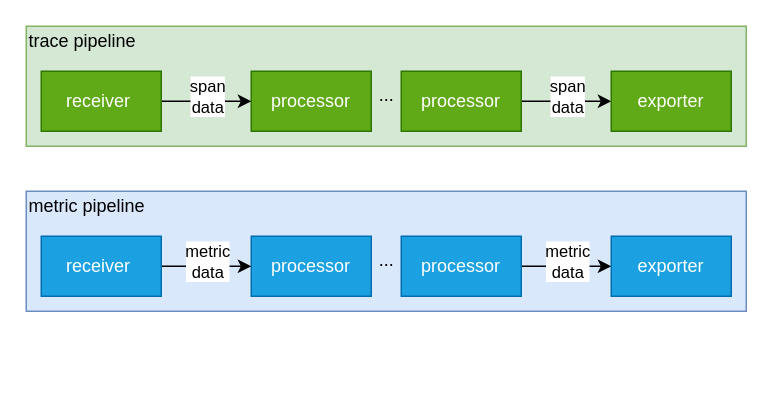
Above: opentelemetry/collector/otel-pipeline-without-connector.drawio in fatsheep9146/drawio-registry (draw.io), before the change. Source tidied: cells renumbered, new cells numbered last; positions are measured from the earlier drawing's top-left corner, leaving out a move shared by most shapes. Both pictures are drawn from the tidied source at 150%, with x=0, y=0 at pixel (26, 26).
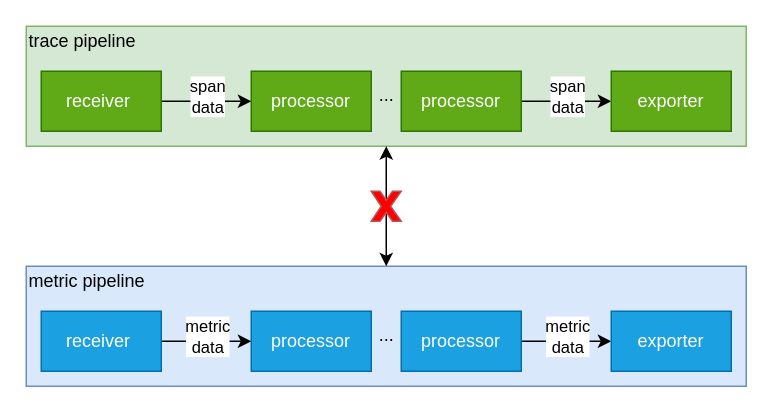
After the change.

Unchanged cells that the change refers to:
```xml
<mxCell id="3" style="rounded=0;whiteSpace=wrap;html=1;fillColor=#d5e8d4;strokeColor=#82b366;" parent="1" vertex="1">
  <mxGeometry width="480" height="80" as="geometry" />
</mxCell>
```

The edit, as a diff of the source:
```diff
@@
     <mxCell id="2" style="rounded=0;whiteSpace=wrap;html=1;fillColor=#dae8fc;strokeColor=#6c8ebf;" parent="1" vertex="1">
-      <mxGeometry y="110" width="480" height="80" as="geometry" />
+      <mxGeometry y="160" width="480" height="80" as="geometry" />
     </mxCell>
@@
     <mxCell id="13" value="processor" style="rounded=0;whiteSpace=wrap;html=1;fillColor=#1ba1e2;fontColor=#ffffff;strokeColor=#006EAF;" parent="1" vertex="1">
-      <mxGeometry x="150" y="140" width="80" height="40" as="geometry" />
+      <mxGeometry x="150" y="190" width="80" height="40" as="geometry" />
     </mxCell>
     <mxCell id="14" style="edgeStyle=orthogonalEdgeStyle;rounded=0;jettySize=auto;html=1;exitX=1;exitY=0.5;exitDx=0;exitDy=0;entryX=0;entryY=0.5;entryDx=0;entryDy=0;" parent="1" edge="1" source="15" target="20">
       <mxGeometry relative="1" as="geometry">
         <Array as="points">
-          <mxPoint x="370" y="160" />
-          <mxPoint x="370" y="160" />
+          <mxPoint x="370" y="210" />
+          <mxPoint x="370" y="210" />
         </Array>
       </mxGeometry>
     </mxCell>
     <mxCell id="15" value="processor" style="rounded=0;whiteSpace=wrap;html=1;fillColor=#1ba1e2;fontColor=#ffffff;strokeColor=#006EAF;" parent="1" vertex="1">
-      <mxGeometry x="250" y="140" width="80" height="40" as="geometry" />
+      <mxGeometry x="250" y="190" width="80" height="40" as="geometry" />
     </mxCell>
     <mxCell id="16" value="..." style="text;html=1;align=center;verticalAlign=middle;strokeColor=none;fillColor=none;" parent="1" vertex="1">
-      <mxGeometry x="225" y="141" width="30" height="30" as="geometry" />
+      <mxGeometry x="225" y="191" width="30" height="30" as="geometry" />
     </mxCell>
     <mxCell id="17" style="edgeStyle=orthogonalEdgeStyle;rounded=0;jettySize=auto;html=1;exitX=1;exitY=0.5;exitDx=0;exitDy=0;entryX=0;entryY=0.5;entryDx=0;entryDy=0;" parent="1" edge="1" source="19" target="13">
       <mxGeometry relative="1" as="geometry">
         <Array as="points">
-          <mxPoint x="130" y="160" />
+          <mxPoint x="130" y="210" />
         </Array>
       </mxGeometry>
     </mxCell>
@@
     <mxCell id="19" value="receiver&amp;nbsp;" style="rounded=0;whiteSpace=wrap;html=1;fillColor=#1ba1e2;fontColor=#ffffff;strokeColor=#006EAF;" parent="1" vertex="1">
-      <mxGeometry x="10" y="140" width="80" height="40" as="geometry" />
+      <mxGeometry x="10" y="190" width="80" height="40" as="geometry" />
     </mxCell>
     <mxCell id="20" value="exporter" style="rounded=0;whiteSpace=wrap;html=1;fillColor=#1ba1e2;fontColor=#ffffff;strokeColor=#006EAF;" parent="1" vertex="1">
-      <mxGeometry x="390" y="140" width="80" height="40" as="geometry" />
+      <mxGeometry x="390" y="190" width="80" height="40" as="geometry" />
     </mxCell>
     <mxCell id="21" value="metric&lt;br&gt;data" style="edgeLabel;html=1;align=center;verticalAlign=middle;" parent="1" vertex="1">
-      <mxGeometry x="360" y="156" as="geometry" />
+      <mxGeometry x="360" y="206" as="geometry" />
     </mxCell>
@@
     <mxCell id="23" value="metric pipeline" style="text;html=1;strokeColor=none;fillColor=none;align=left;verticalAlign=middle;whiteSpace=wrap;rounded=0;" parent="1" vertex="1">
-      <mxGeometry y="110" width="100" height="20" as="geometry" />
+      <mxGeometry y="160" width="100" height="20" as="geometry" />
     </mxCell>
+    <mxCell id="24" style="endArrow=classic;startArrow=classic;html=1;rounded=0;entryX=0.5;entryY=1;entryDx=0;entryDy=0;exitX=0.5;exitY=0;exitDx=0;exitDy=0;" parent="1" edge="1" source="2" target="3">
+      <mxGeometry relative="1" as="geometry" />
+    </mxCell>
+    <mxCell id="25" style="verticalLabelPosition=bottom;verticalAlign=top;html=1;shape=mxgraph.basic.x;fillColor=#FF0000;strokeColor=#b85450;" parent="1" vertex="1">
+      <mxGeometry x="230" y="110" width="20" height="20" as="geometry" />
+    </mxCell>
```
